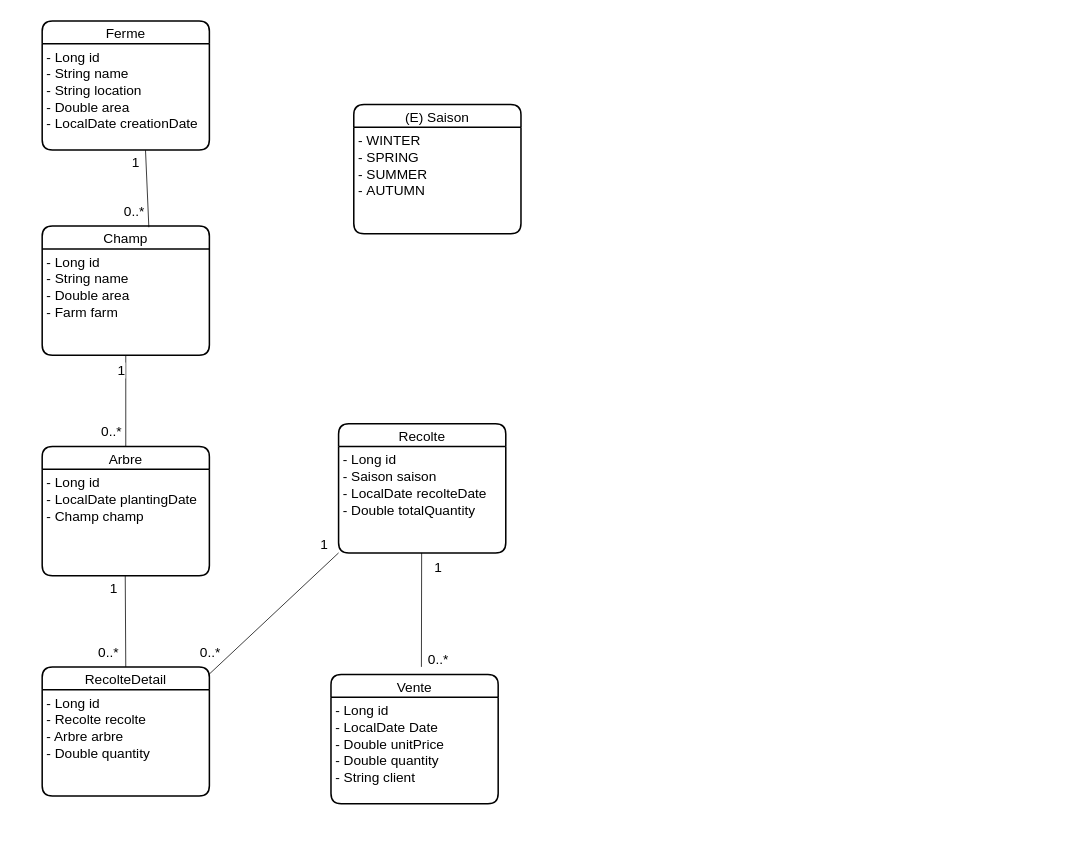
The draw.io diagram conception/DiagrammeClass.drawio in MaryemKhaoua/Citonix-, before the edit. Source tidied: cells renumbered, new cells numbered last; positions are measured from the earlier drawing's top-left corner, leaving out a move shared by most shapes. Both pictures are drawn from the tidied source at 76%, with x=0, y=0 at pixel (42, 21).
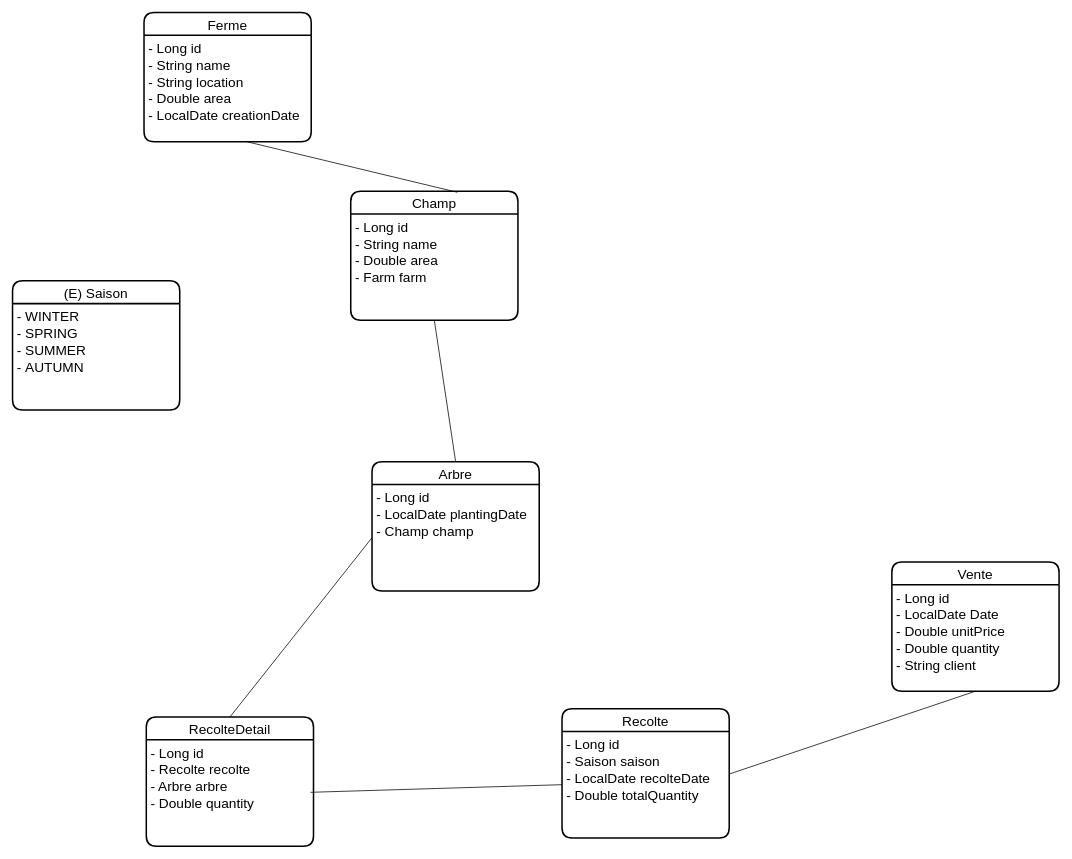
After the change.

Unchanged cells that the change refers to:
```xml
<mxCell id="7" value="- Long id&#10;- LocalDate plantingDate&#10;- Champ champ" style="align=left;strokeColor=none;fillColor=none;spacingLeft=4;fontSize=18;verticalAlign=top;" parent="6" vertex="1">
  <mxGeometry y="30" width="220" height="140" as="geometry" />
</mxCell>
<mxCell id="9" value="- Long id&#10;- Saison saison&#10;- LocalDate recolteDate&#10;- Double totalQuantity" style="align=left;strokeColor=none;fillColor=none;spacingLeft=4;fontSize=18;verticalAlign=top;" parent="8" vertex="1">
  <mxGeometry y="30" width="220" height="140" as="geometry" />
</mxCell>
<mxCell id="13" value="- Long id&#10;- LocalDate Date&#10;- Double unitPrice&#10;- Double quantity&#10;- String client" style="align=left;strokeColor=none;fillColor=none;spacingLeft=4;fontSize=18;verticalAlign=top;" parent="12" vertex="1">
  <mxGeometry y="30" width="220" height="140" as="geometry" />
</mxCell>
```

What changed in the source:
```diff
@@
     <mxCell id="2" value="Ferme" style="swimlane;horizontal=1;startSize=30;rounded=1;fontSize=18;fontStyle=0;strokeWidth=2;shadow=0;dashed=0;align=center;" parent="1" vertex="1">
-      <mxGeometry width="220" height="170" as="geometry" />
+      <mxGeometry x="134" y="-11" width="220" height="170" as="geometry" />
     </mxCell>
@@
     <mxCell id="4" value="Champ" style="swimlane;horizontal=1;startSize=30;rounded=1;fontSize=18;fontStyle=0;strokeWidth=2;shadow=0;dashed=0;align=center;" parent="1" vertex="1">
-      <mxGeometry y="270" width="220" height="170" as="geometry" />
+      <mxGeometry x="406" y="224" width="220" height="170" as="geometry" />
     </mxCell>
@@
     <mxCell id="6" value="Arbre" style="swimlane;horizontal=1;startSize=30;rounded=1;fontSize=18;fontStyle=0;strokeWidth=2;shadow=0;dashed=0;align=center;" parent="1" vertex="1">
-      <mxGeometry y="560" width="220" height="170" as="geometry" />
+      <mxGeometry x="434" y="580" width="220" height="170" as="geometry" />
     </mxCell>
@@
     <mxCell id="8" value="Recolte" style="swimlane;horizontal=1;startSize=30;rounded=1;fontSize=18;fontStyle=0;strokeWidth=2;shadow=0;dashed=0;align=center;" parent="1" vertex="1">
-      <mxGeometry x="390" y="530" width="220" height="170" as="geometry" />
+      <mxGeometry x="684" y="905" width="220" height="170" as="geometry" />
     </mxCell>
@@
     <mxCell id="10" value="RecolteDetail" style="swimlane;horizontal=1;startSize=30;rounded=1;fontSize=18;fontStyle=0;strokeWidth=2;shadow=0;dashed=0;align=center;" parent="1" vertex="1">
-      <mxGeometry y="850" width="220" height="170" as="geometry" />
+      <mxGeometry x="137" y="916" width="220" height="170" as="geometry" />
     </mxCell>
@@
     <mxCell id="12" value="Vente" style="swimlane;horizontal=1;startSize=30;rounded=1;fontSize=18;fontStyle=0;strokeWidth=2;shadow=0;dashed=0;align=center;" parent="1" vertex="1">
-      <mxGeometry x="380" y="860" width="220" height="170" as="geometry" />
+      <mxGeometry x="1118" y="712" width="220" height="170" as="geometry" />
     </mxCell>
@@
     <mxCell id="14" value="(E) Saison " style="swimlane;horizontal=1;startSize=30;rounded=1;fontSize=18;fontStyle=0;strokeWidth=2;shadow=0;dashed=0;align=center;" parent="1" vertex="1">
-      <mxGeometry x="410" y="110" width="220" height="170" as="geometry" />
+      <mxGeometry x="-39" y="342" width="220" height="170" as="geometry" />
     </mxCell>
@@
-    <mxCell id="18" style="endArrow=none;html=1;rounded=0;fontSize=18;entryX=0.5;entryY=1;entryDx=0;entryDy=0;exitX=0.5;exitY=0;exitDx=0;exitDy=0;" parent="1" edge="1" source="10">
-      <mxGeometry relative="1" as="geometry">
-        <mxPoint x="109.3" y="730" as="targetPoint" />
-      </mxGeometry>
+    <mxCell id="18" style="endArrow=none;html=1;rounded=0;fontSize=18;entryX=0;entryY=0.5;entryDx=0;entryDy=0;exitX=0.5;exitY=0;exitDx=0;exitDy=0;" parent="1" edge="1" source="10" target="7">
+      <mxGeometry relative="1" as="geometry" />
     </mxCell>
-    <mxCell id="19" style="endArrow=none;html=1;rounded=0;fontSize=18;entryX=0;entryY=1;entryDx=0;entryDy=0;exitX=0.5;exitY=0;exitDx=0;exitDy=0;" parent="1" edge="1" target="9">
-      <mxGeometry relative="1" as="geometry">
-        <mxPoint x="219.3" y="860" as="sourcePoint" />
-      </mxGeometry>
-    </mxCell>
-    <mxCell id="20" style="endArrow=none;html=1;rounded=0;fontSize=18;entryX=0.5;entryY=1;entryDx=0;entryDy=0;" parent="1" edge="1">
-      <mxGeometry relative="1" as="geometry">
-        <mxPoint x="499" y="850" as="sourcePoint" />
-        <mxPoint x="499.3" y="700" as="targetPoint" />
-      </mxGeometry>
-    </mxCell>
-    <mxCell id="21" value="1" style="edgeLabel;html=1;align=center;verticalAlign=middle;fontSize=18;" parent="20" vertex="1">
-      <mxGeometry x="0.26" y="-5" relative="1" as="geometry">
-        <mxPoint x="16" y="-36" as="offset" />
-      </mxGeometry>
-    </mxCell>
-    <mxCell id="22" value="0..*" style="edgeLabel;html=1;align=center;verticalAlign=middle;fontSize=18;" parent="20" vertex="1">
-      <mxGeometry x="-0.7" y="-1" relative="1" as="geometry">
-        <mxPoint x="20" y="13" as="offset" />
-      </mxGeometry>
-    </mxCell>
-    <mxCell id="23" value="1" style="edgeLabel;html=1;align=center;verticalAlign=middle;fontSize=18;" parent="20" vertex="1">
-      <mxGeometry x="0.26" y="-5" relative="1" as="geometry">
-        <mxPoint x="-134" y="-66" as="offset" />
-      </mxGeometry>
-    </mxCell>
-    <mxCell id="24" value="0..*" style="edgeLabel;html=1;align=center;verticalAlign=middle;fontSize=18;" parent="20" vertex="1">
-      <mxGeometry x="-0.7" y="-1" relative="1" as="geometry">
-        <mxPoint x="-280" y="3" as="offset" />
-      </mxGeometry>
-    </mxCell>
-    <mxCell id="25" value="0..*" style="edgeLabel;html=1;align=center;verticalAlign=middle;fontSize=18;" parent="20" vertex="1">
-      <mxGeometry x="-0.7" y="-1" relative="1" as="geometry">
-        <mxPoint x="-414" y="4" as="offset" />
-      </mxGeometry>
-    </mxCell>
-    <mxCell id="26" value="1" style="edgeLabel;html=1;align=center;verticalAlign=middle;fontSize=18;" parent="20" vertex="1">
-      <mxGeometry x="0.26" y="-5" relative="1" as="geometry">
-        <mxPoint x="-411" y="-9" as="offset" />
-      </mxGeometry>
-    </mxCell>
-    <mxCell id="27" value="0..*" style="edgeLabel;html=1;align=center;verticalAlign=middle;fontSize=18;" parent="20" vertex="1">
-      <mxGeometry x="-0.7" y="-1" relative="1" as="geometry">
-        <mxPoint x="-410" y="-287" as="offset" />
-      </mxGeometry>
-    </mxCell>
-    <mxCell id="28" value="1" style="edgeLabel;html=1;align=center;verticalAlign=middle;fontSize=18;" parent="20" vertex="1">
-      <mxGeometry x="0.26" y="-5" relative="1" as="geometry">
-        <mxPoint x="-401" y="-296" as="offset" />
-      </mxGeometry>
-    </mxCell>
-    <mxCell id="29" value="0..*" style="edgeLabel;html=1;align=center;verticalAlign=middle;fontSize=18;" parent="20" vertex="1">
-      <mxGeometry x="-0.7" y="-1" relative="1" as="geometry">
-        <mxPoint x="-380" y="-577" as="offset" />
-      </mxGeometry>
-    </mxCell>
-    <mxCell id="30" value="1" style="edgeLabel;html=1;align=center;verticalAlign=middle;fontSize=18;" parent="20" vertex="1">
-      <mxGeometry x="0.26" y="-5" relative="1" as="geometry">
-        <mxPoint x="-382" y="-569" as="offset" />
-      </mxGeometry>
-    </mxCell>
+    <mxCell id="31" style="endArrow=none;html=1;rounded=0;fontSize=18;entryX=0;entryY=0.5;entryDx=0;entryDy=0;" parent="1" edge="1" target="9">
+      <mxGeometry relative="1" as="geometry">
+        <mxPoint x="353" y="1015" as="sourcePoint" />
+      </mxGeometry>
+    </mxCell>
+    <mxCell id="32" style="endArrow=none;html=1;rounded=0;fontSize=18;entryX=0.5;entryY=1;entryDx=0;entryDy=0;" parent="1" edge="1" target="13">
+      <mxGeometry relative="1" as="geometry">
+        <mxPoint x="904" y="991" as="sourcePoint" />
+      </mxGeometry>
+    </mxCell>
```
